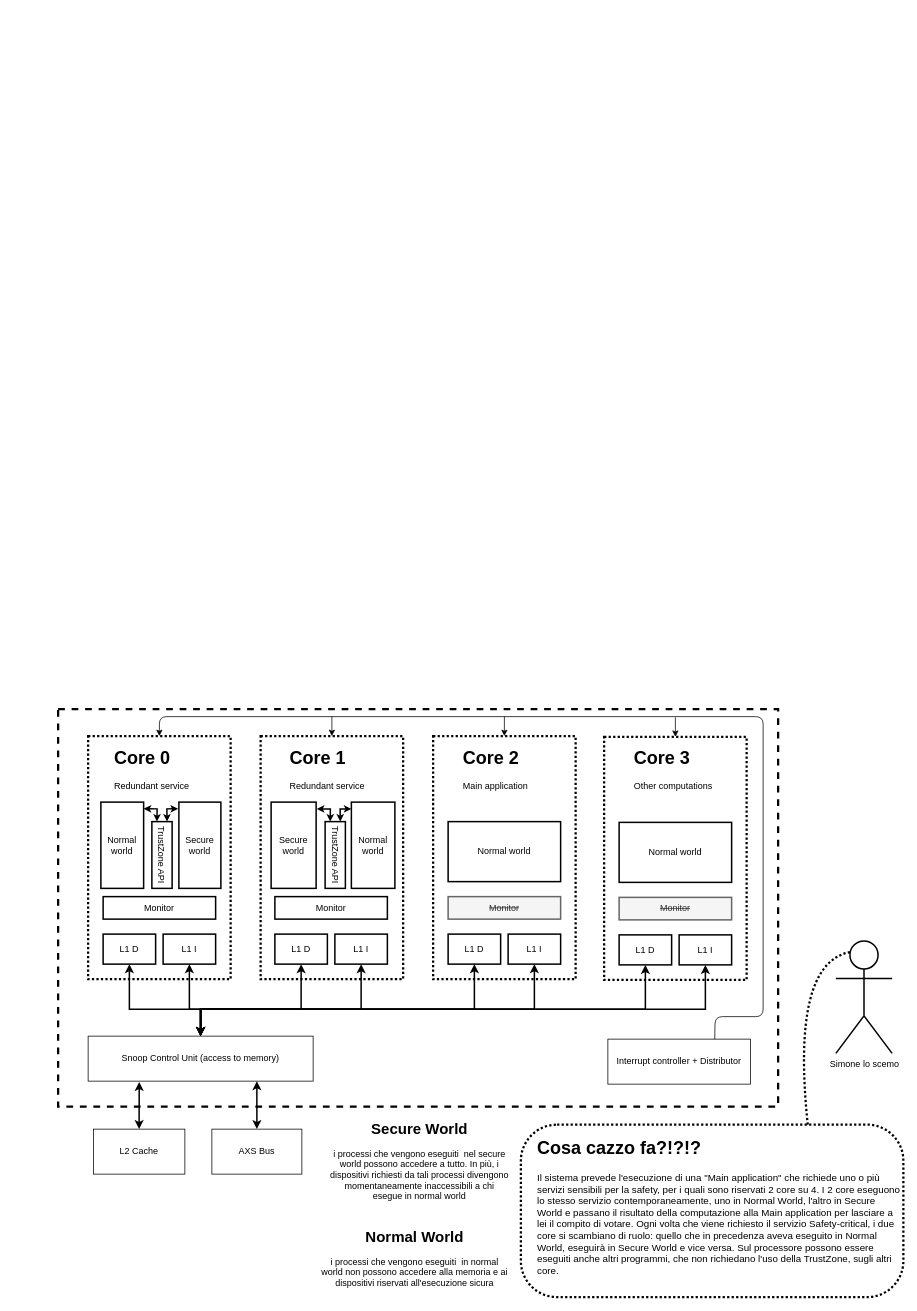
Before: page "Page-4" (3 of 4) of Untitled Diagram.drawio in gabrielegiannini/quality-and-certification-project, a draw.io diagram. Source tidied: cells renumbered, new cells numbered last; positions are measured from the earlier drawing's top-left corner, leaving out a move shared by most shapes. Both pictures are drawn from the tidied source at 75%, with x=0, y=0 at pixel (58, 709).
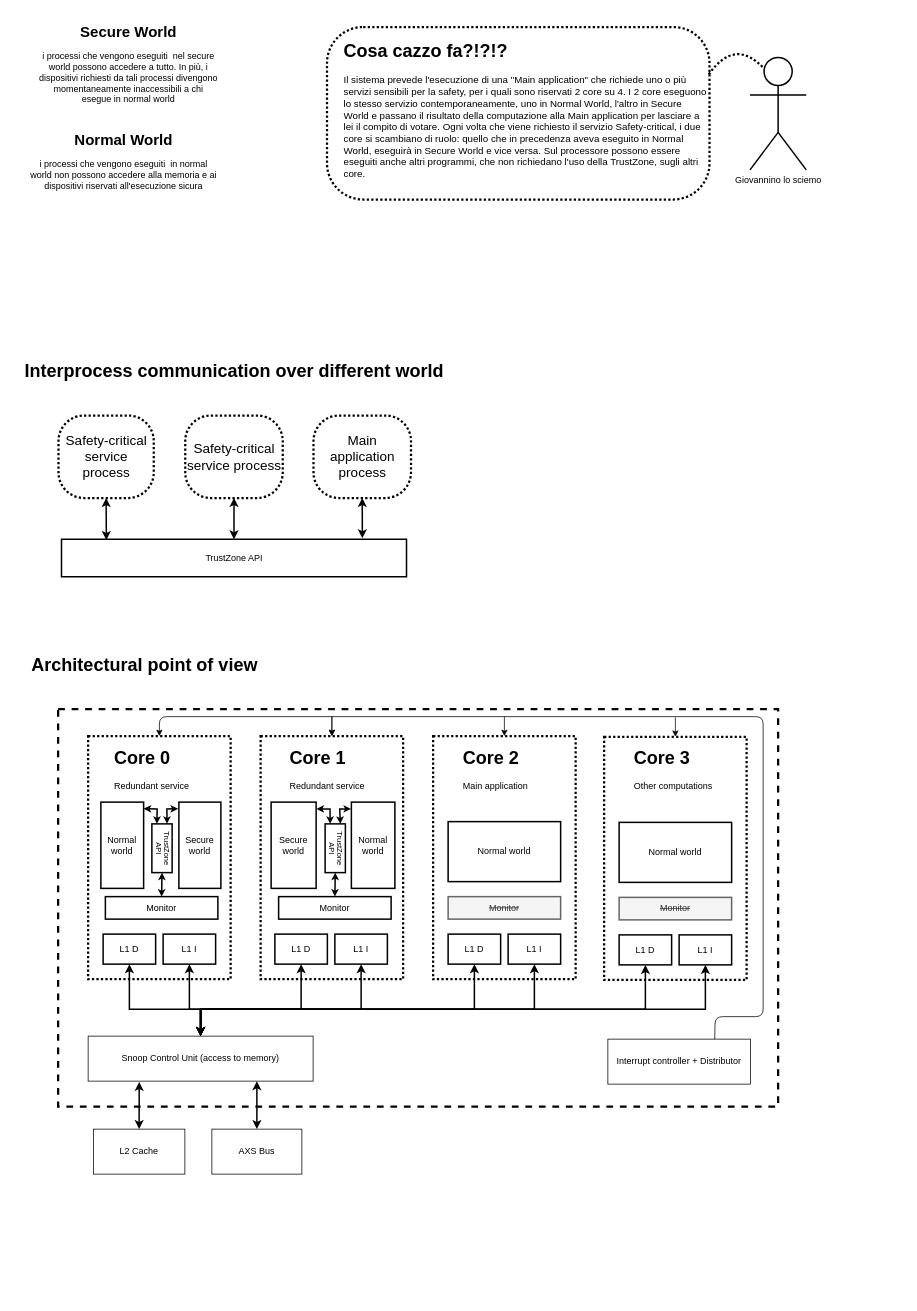
After the change.

Commit message:
Another mod

Unchanged cells that the change refers to:
```xml
<mxCell id="5" style="rounded=0;whiteSpace=wrap;html=1;fillColor=none;dashed=1;strokeWidth=3;dashPattern=1 1;" parent="1" vertex="1">
  <mxGeometry x="270" y="36" width="190" height="324" as="geometry" />
</mxCell>
```

The edit, as a diff of the source:
```diff
@@
     <mxCell id="2" style="whiteSpace=wrap;html=1;rounded=1;arcSize=21;align=center;verticalAlign=middle;strokeWidth=3;spacing=4;fillColor=none;dashed=1;dashPattern=1 1;" parent="1" vertex="1">
-      <mxGeometry x="617" y="554" width="510" height="230" as="geometry" />
+      <mxGeometry x="358.5" y="-909.5" width="510" height="230" as="geometry" />
     </mxCell>
@@
     <mxCell id="15" value="Monitor" style="rounded=0;whiteSpace=wrap;html=1;strokeColor=#000000;strokeWidth=2;fillColor=none;" parent="1" vertex="1">
-      <mxGeometry x="60" y="250" width="150" height="30" as="geometry" />
+      <mxGeometry x="63" y="250" width="150" height="30" as="geometry" />
     </mxCell>
     <mxCell id="16" value="Monitor" style="rounded=0;whiteSpace=wrap;html=1;strokeColor=#000000;strokeWidth=2;fillColor=none;" parent="1" vertex="1">
-      <mxGeometry x="289" y="250" width="150" height="30" as="geometry" />
+      <mxGeometry x="294" y="250" width="150" height="30" as="geometry" />
     </mxCell>
@@
     <mxCell id="48" value="&lt;h1&gt;Cosa cazzo fa?!?!?&lt;br&gt;&lt;/h1&gt;&lt;p style=&quot;font-size: 13px&quot;&gt;Il sistema prevede l'esecuzione di una &quot;Main application&quot; che richiede uno o più servizi sensibili per la safety, per i quali sono riservati 2 core su 4. I 2 core eseguono lo stesso servizio contemporaneamente, uno in Normal World, l'altro in Secure World e passano il risultato della computazione alla Main application per lasciare a lei il compito di votare. Ogni volta che viene richiesto il servizio Safety-critical, i due core si scambiano di ruolo: quello che in precedenza aveva eseguito in Normal World, eseguirà in Secure World e vice versa. Sul processore possono essere eseguiti anche altri programmi, che non richiedano l'uso della TrustZone, sugli altri core.&lt;br&gt;&lt;/p&gt;" style="text;html=1;strokeColor=none;fillColor=none;spacing=5;spacingTop=-20;whiteSpace=wrap;overflow=hidden;rounded=0;" parent="1" vertex="1">
-      <mxGeometry x="634" y="566" width="492" height="205" as="geometry" />
+      <mxGeometry x="375.5" y="-897.5" width="492" height="205" as="geometry" />
     </mxCell>
-    <mxCell id="49" value="TrustZone API" style="rounded=0;whiteSpace=wrap;html=1;fillColor=none;strokeWidth=2;rotation=90;" parent="1" vertex="1">
-      <mxGeometry x="94" y="181" width="89" height="27" as="geometry" />
+    <mxCell id="49" value="&lt;p style=&quot;line-height: 110% ; font-size: 10px&quot;&gt;&lt;font style=&quot;font-size: 10px&quot;&gt;TrustZone&lt;br&gt; API&lt;/font&gt;&lt;/p&gt;" style="rounded=0;whiteSpace=wrap;html=1;fillColor=none;strokeWidth=2;rotation=90;labelPosition=center;verticalLabelPosition=middle;align=center;verticalAlign=middle;spacingTop=-5;" parent="1" vertex="1">
+      <mxGeometry x="106" y="172" width="65" height="27" as="geometry" />
     </mxCell>
     <mxCell id="50" value="&lt;h1 style=&quot;font-size: 20px&quot;&gt;Normal World&lt;br&gt;&lt;/h1&gt;&lt;p&gt;i processi che vengono eseguiti&amp;nbsp; in normal world non possono accedere alla memoria e ai dispositivi riservati all'esecuzione sicura&lt;br&gt;&lt;/p&gt;" style="text;html=1;strokeColor=none;fillColor=none;spacing=5;spacingTop=-20;whiteSpace=wrap;overflow=hidden;rounded=0;align=center;" parent="1" vertex="1">
-      <mxGeometry x="344" y="689" width="263" height="90" as="geometry" />
+      <mxGeometry x="-44" y="-774" width="263" height="90" as="geometry" />
     </mxCell>
     <mxCell id="51" value="&lt;h1 style=&quot;font-size: 20px&quot;&gt;Secure World&lt;br&gt;&lt;/h1&gt;&lt;p&gt;i processi che vengono eseguiti&amp;nbsp; nel secure world possono accedere a tutto. In più, i dispositivi richiesti da tali processi divengono momentaneamente inaccessibili a chi esegue in normal world&lt;br&gt;&lt;/p&gt;" style="text;html=1;strokeColor=none;fillColor=none;spacing=5;spacingTop=-20;whiteSpace=wrap;overflow=hidden;rounded=0;align=center;" parent="1" vertex="1">
-      <mxGeometry x="357" y="545" width="250" height="124" as="geometry" />
+      <mxGeometry x="-31" y="-918" width="250" height="124" as="geometry" />
     </mxCell>
-    <mxCell id="52" value="Simone lo scemo" style="shape=umlActor;verticalLabelPosition=bottom;labelBackgroundColor=#ffffff;verticalAlign=top;html=1;outlineConnect=0;strokeWidth=2;fillColor=none;" parent="1" vertex="1">
-      <mxGeometry x="1037" y="309" width="75" height="150" as="geometry" />
+    <mxCell id="52" value="Giovannino lo sciemo" style="shape=umlActor;verticalLabelPosition=bottom;labelBackgroundColor=#ffffff;verticalAlign=top;html=1;outlineConnect=0;strokeWidth=2;fillColor=none;" parent="1" vertex="1">
+      <mxGeometry x="922.5" y="-869" width="75" height="150" as="geometry" />
     </mxCell>
-    <mxCell id="53" style="curved=1;endArrow=none;html=1;exitX=0.75;exitY=0;exitDx=0;exitDy=0;entryX=0.25;entryY=0.1;entryDx=0;entryDy=0;entryPerimeter=0;endFill=0;dashed=1;dashPattern=1 1;strokeWidth=3;" parent="1" edge="1" source="2" target="52">
+    <mxCell id="53" style="curved=1;endArrow=none;html=1;exitX=1;exitY=0.25;exitDx=0;exitDy=0;entryX=0.25;entryY=0.1;entryDx=0;entryDy=0;entryPerimeter=0;endFill=0;dashed=1;dashPattern=1 1;strokeWidth=3;" parent="1" edge="1" source="48" target="52">
       <mxGeometry relative="1" as="geometry">
         <Array as="points">
-          <mxPoint x="977" y="339" />
+          <mxPoint x="902.5" y="-896" />
         </Array>
       </mxGeometry>
     </mxCell>
@@
-    <mxCell id="56" value="TrustZone API" style="rounded=0;whiteSpace=wrap;html=1;fillColor=none;strokeWidth=2;rotation=90;" parent="1" vertex="1">
-      <mxGeometry x="325" y="181" width="89" height="27" as="geometry" />
-    </mxCell>
-    <mxCell id="57" style="endArrow=classic;startArrow=classic;html=1;strokeWidth=2;exitX=1;exitY=0.077;exitDx=0;exitDy=0;exitPerimeter=0;entryX=0;entryY=0.75;entryDx=0;entryDy=0;rounded=0;endSize=4;startSize=4;" parent="1" edge="1" target="56">
-      <mxGeometry relative="1" as="geometry">
-        <mxPoint x="344.9" y="133" as="sourcePoint" />
-        <Array as="points">
-          <mxPoint x="363" y="133" />
-        </Array>
-      </mxGeometry>
-    </mxCell>
-    <mxCell id="58" style="endArrow=classic;startArrow=classic;html=1;strokeWidth=2;exitX=-0.018;exitY=0.077;exitDx=0;exitDy=0;exitPerimeter=0;entryX=0;entryY=0.25;entryDx=0;entryDy=0;rounded=0;endSize=4;startSize=4;" parent="1" edge="1" target="56">
-      <mxGeometry relative="1" as="geometry">
-        <mxPoint x="391.1" y="133" as="sourcePoint" />
-        <Array as="points">
-          <mxPoint x="376" y="133" />
-        </Array>
-      </mxGeometry>
-    </mxCell>
+    <mxCell id="59" style="endArrow=classic;html=1;entryX=0.5;entryY=0;entryDx=0;entryDy=0;" parent="1" edge="1" target="5">
+      <mxGeometry relative="1" as="geometry">
+        <mxPoint x="365" y="10" as="sourcePoint" />
+      </mxGeometry>
+    </mxCell>
+    <mxCell id="60" value="&lt;p style=&quot;line-height: 110% ; font-size: 10px&quot;&gt;&lt;font style=&quot;font-size: 10px&quot;&gt;TrustZone&lt;br&gt; API&lt;/font&gt;&lt;/p&gt;" style="rounded=0;whiteSpace=wrap;html=1;fillColor=none;strokeWidth=2;rotation=90;labelPosition=center;verticalLabelPosition=middle;align=center;verticalAlign=middle;spacingTop=-5;" parent="1" vertex="1">
+      <mxGeometry x="337" y="172" width="65" height="27" as="geometry" />
+    </mxCell>
+    <mxCell id="61" style="endArrow=classic;startArrow=classic;html=1;strokeWidth=2;exitX=1;exitY=0.077;exitDx=0;exitDy=0;exitPerimeter=0;entryX=0;entryY=0.75;entryDx=0;entryDy=0;rounded=0;endSize=4;startSize=4;" parent="1" edge="1" target="60">
+      <mxGeometry relative="1" as="geometry">
+        <mxPoint x="344.4" y="133" as="sourcePoint" />
+        <Array as="points">
+          <mxPoint x="362.5" y="133" />
+        </Array>
+      </mxGeometry>
+    </mxCell>
+    <mxCell id="62" style="endArrow=classic;startArrow=classic;html=1;strokeWidth=2;exitX=-0.018;exitY=0.077;exitDx=0;exitDy=0;exitPerimeter=0;entryX=0;entryY=0.25;entryDx=0;entryDy=0;rounded=0;endSize=4;startSize=4;" parent="1" edge="1" target="60">
+      <mxGeometry relative="1" as="geometry">
+        <mxPoint x="390.6" y="133" as="sourcePoint" />
+        <Array as="points">
+          <mxPoint x="375.5" y="133" />
+        </Array>
+      </mxGeometry>
+    </mxCell>
+    <mxCell id="63" style="endArrow=classic;startArrow=classic;html=1;strokeWidth=2;exitX=1;exitY=0.5;exitDx=0;exitDy=0;entryX=0.5;entryY=0;entryDx=0;entryDy=0;rounded=0;endSize=4;startSize=4;" parent="1" edge="1" source="49" target="15">
+      <mxGeometry relative="1" as="geometry" />
+    </mxCell>
+    <mxCell id="64" style="endArrow=classic;startArrow=classic;html=1;strokeWidth=2;exitX=1;exitY=0.5;exitDx=0;exitDy=0;entryX=0.5;entryY=0;entryDx=0;entryDy=0;rounded=0;endSize=4;startSize=4;" parent="1" edge="1" source="60" target="16">
+      <mxGeometry relative="1" as="geometry" />
+    </mxCell>
+    <mxCell id="65" value="&lt;h1&gt;Interprocess communication over different world&lt;br&gt;&lt;/h1&gt;" style="text;html=1;strokeColor=none;fillColor=none;align=center;verticalAlign=middle;whiteSpace=wrap;rounded=0;dashed=1;dashPattern=1 1;" parent="1" vertex="1">
+      <mxGeometry x="-60" y="-481" width="590" height="60" as="geometry" />
+    </mxCell>
+    <mxCell id="66" style="group;" parent="1" vertex="1">
+      <mxGeometry x="0.5" y="-391.5" width="470" height="215" as="geometry" />
+    </mxCell>
+    <mxCell id="67" value="&lt;p&gt;&lt;font style=&quot;font-size: 18px&quot;&gt;Safety-critical service process&lt;/font&gt;&lt;/p&gt;" style="rounded=1;whiteSpace=wrap;html=1;fillColor=none;dashed=1;strokeWidth=3;dashPattern=1 1;shadow=0;glass=0;comic=0;arcSize=31;" parent="66" vertex="1">
+      <mxGeometry width="127" height="110" as="geometry" />
+    </mxCell>
+    <mxCell id="68" value="&lt;p&gt;&lt;font style=&quot;font-size: 18px&quot;&gt;Main application process&lt;br&gt;&lt;/font&gt;&lt;/p&gt;" style="rounded=1;whiteSpace=wrap;html=1;fillColor=none;dashed=1;strokeWidth=3;dashPattern=1 1;shadow=0;glass=0;comic=0;arcSize=31;" parent="66" vertex="1">
+      <mxGeometry x="340" width="130" height="110" as="geometry" />
+    </mxCell>
+    <mxCell id="69" style="endArrow=classic;startArrow=classic;html=1;strokeWidth=2;entryX=0.5;entryY=1;entryDx=0;entryDy=0;exitX=0.13;exitY=0.021;exitDx=0;exitDy=0;exitPerimeter=0;" parent="66" edge="1" source="72" target="67">
+      <mxGeometry relative="1" as="geometry" />
+    </mxCell>
+    <mxCell id="70" style="endArrow=classic;startArrow=classic;html=1;strokeWidth=2;exitX=0.872;exitY=-0.026;exitDx=0;exitDy=0;exitPerimeter=0;entryX=0.5;entryY=1;entryDx=0;entryDy=0;" parent="66" edge="1" source="72" target="68">
+      <mxGeometry relative="1" as="geometry" />
+    </mxCell>
+    <mxCell id="71" value="&lt;p&gt;&lt;font style=&quot;font-size: 18px&quot;&gt;Safety-critical service process&lt;/font&gt;&lt;/p&gt;" style="rounded=1;whiteSpace=wrap;html=1;fillColor=none;dashed=1;strokeWidth=3;dashPattern=1 1;shadow=0;glass=0;comic=0;arcSize=31;" parent="66" vertex="1">
+      <mxGeometry x="169" width="130" height="110" as="geometry" />
+    </mxCell>
+    <mxCell id="72" value="TrustZone API" style="rounded=0;whiteSpace=wrap;html=1;shadow=0;glass=0;comic=0;strokeWidth=2;fillColor=none;" parent="66" vertex="1">
+      <mxGeometry x="4" y="165" width="460" height="50" as="geometry" />
+    </mxCell>
+    <mxCell id="73" style="endArrow=classic;startArrow=classic;html=1;strokeWidth=2;entryX=0.5;entryY=1;entryDx=0;entryDy=0;exitX=0.5;exitY=0;exitDx=0;exitDy=0;" parent="66" edge="1" source="72" target="71">
+      <mxGeometry relative="1" as="geometry" />
+    </mxCell>
+    <mxCell id="74" value="&lt;h1&gt;Architectural point of view&lt;/h1&gt;" style="text;html=1;strokeColor=none;fillColor=none;align=center;verticalAlign=middle;whiteSpace=wrap;rounded=0;dashed=1;dashPattern=1 1;" parent="1" vertex="1">
+      <mxGeometry x="-43.5" y="-89" width="317" height="60" as="geometry" />
+    </mxCell>
```
